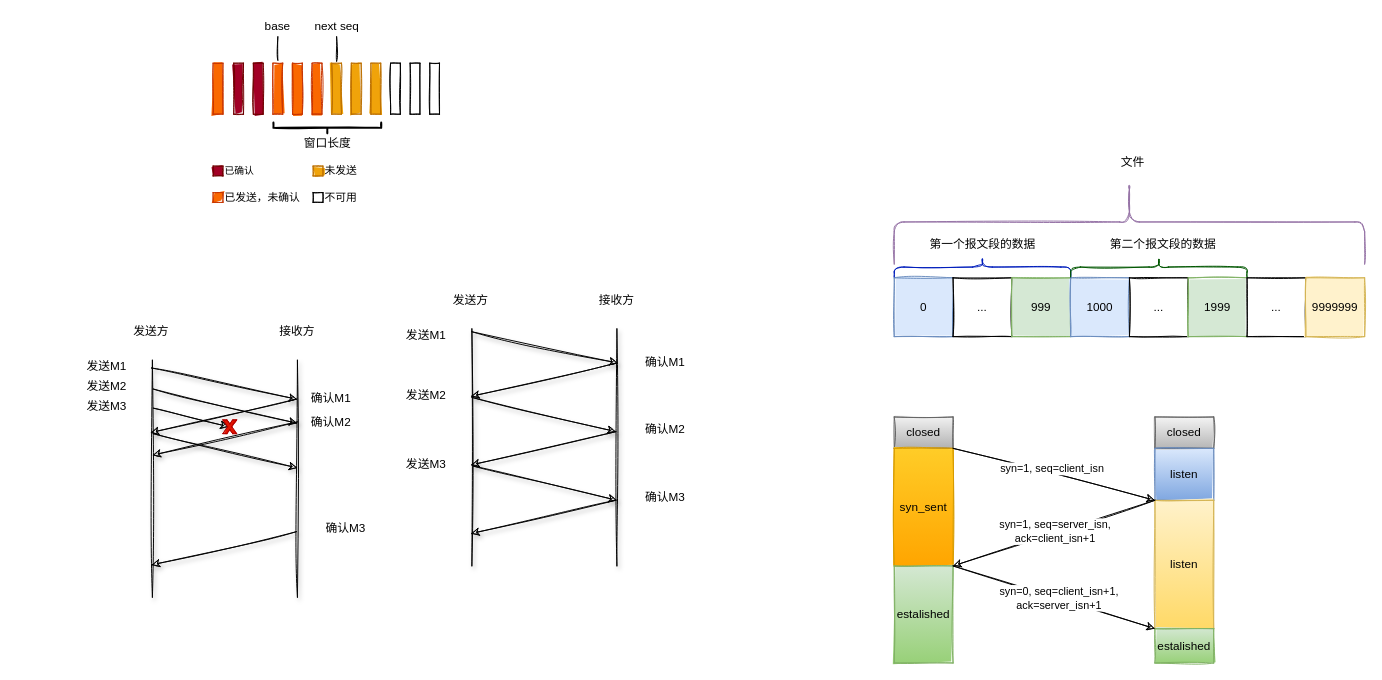
FantasyDream/diagrams keeps this draw.io diagram as 未命名绘图.drawio. Above is the earlier version. Source tidied: cells renumbered, new cells numbered last; positions are measured from the earlier drawing's top-left corner, leaving out a move shared by most shapes. Both pictures are drawn from the tidied source at 98%, with x=0, y=0 at pixel (81, -14).
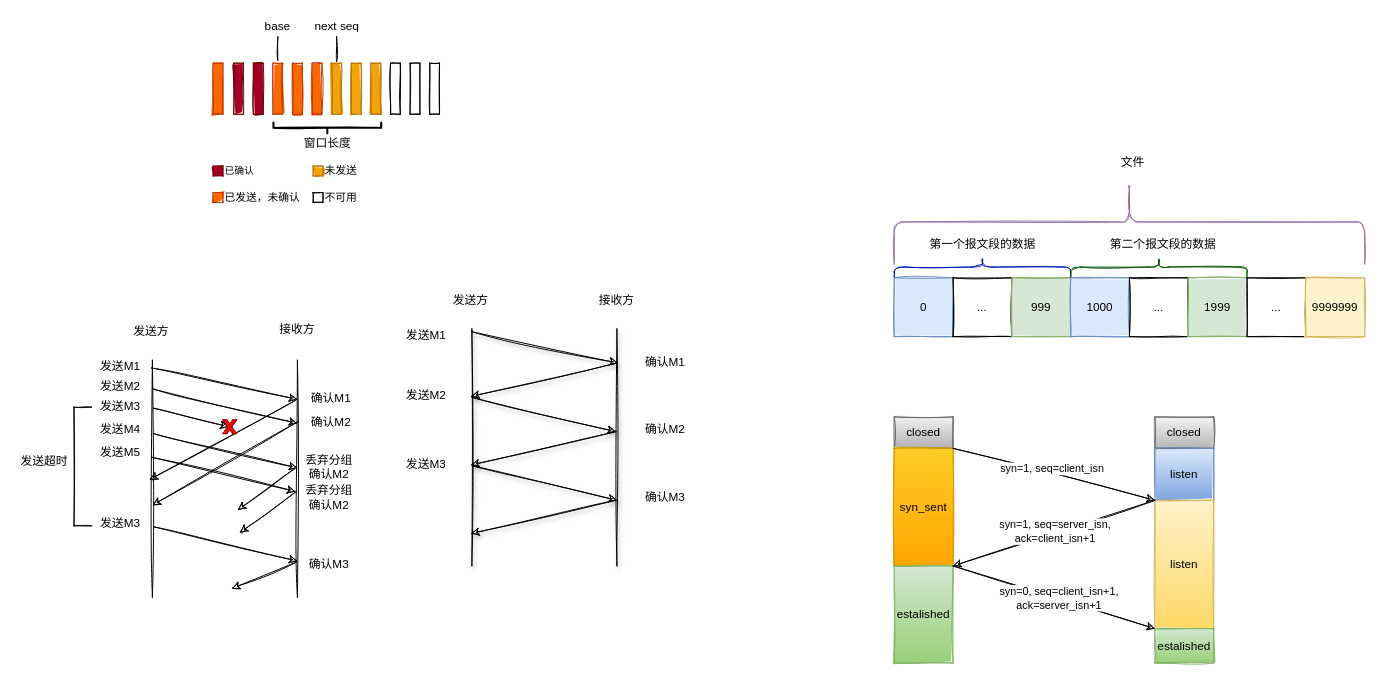
The same diagram, later.

Commit message:
更新未命名绘图.drawio

The edit, as a diff of the source:
```diff
@@
-    <mxCell id="71" style="endArrow=none;html=1;sketch=1;shadow=1;" parent="1" edge="1">
+    <mxCell id="71" style="endArrow=none;html=1;sketch=1;shadow=0;" parent="1" edge="1">
       <mxGeometry relative="1" as="geometry">
         <mxPoint x="72" y="623" as="sourcePoint" />
         <mxPoint x="72" y="381" as="targetPoint" />
       </mxGeometry>
     </mxCell>
-    <mxCell id="72" style="endArrow=none;html=1;sketch=1;shadow=1;" parent="1" edge="1">
+    <mxCell id="72" style="endArrow=none;html=1;sketch=1;shadow=0;" parent="1" edge="1">
       <mxGeometry relative="1" as="geometry">
         <mxPoint x="220" y="623" as="sourcePoint" />
         <mxPoint x="220" y="381" as="targetPoint" />
       </mxGeometry>
     </mxCell>
-    <mxCell id="73" style="endArrow=classic;html=1;sketch=1;shadow=1;" parent="1" edge="1">
+    <mxCell id="73" style="endArrow=classic;html=1;sketch=1;shadow=0;" parent="1" edge="1">
       <mxGeometry relative="1" as="geometry">
         <mxPoint x="71" y="389" as="sourcePoint" />
         <mxPoint x="220" y="421" as="targetPoint" />
       </mxGeometry>
     </mxCell>
-    <mxCell id="74" style="endArrow=classic;html=1;sketch=1;shadow=1;" parent="1" edge="1">
+    <mxCell id="74" style="endArrow=classic;html=1;sketch=1;shadow=0;" parent="1" edge="1">
       <mxGeometry relative="1" as="geometry">
-        <mxPoint x="218" y="421" as="sourcePoint" />
-        <mxPoint x="70" y="455" as="targetPoint" />
+        <mxPoint x="218" y="422" as="sourcePoint" />
+        <mxPoint x="69" y="503" as="targetPoint" />
       </mxGeometry>
     </mxCell>
-    <mxCell id="75" style="endArrow=classic;html=1;sketch=1;shadow=1;" parent="1" edge="1">
+    <mxCell id="75" style="endArrow=classic;html=1;sketch=1;shadow=0;" parent="1" edge="1">
       <mxGeometry relative="1" as="geometry">
         <mxPoint x="73" y="410.5" as="sourcePoint" />
         <mxPoint x="220" y="445.5" as="targetPoint" />
       </mxGeometry>
     </mxCell>
-    <mxCell id="76" style="endArrow=classic;html=1;sketch=1;shadow=1;" parent="1" edge="1">
+    <mxCell id="76" style="endArrow=classic;html=1;sketch=1;shadow=0;" parent="1" edge="1">
       <mxGeometry relative="1" as="geometry">
         <mxPoint x="220" y="444" as="sourcePoint" />
-        <mxPoint x="72" y="478" as="targetPoint" />
+        <mxPoint x="72" y="529" as="targetPoint" />
       </mxGeometry>
     </mxCell>
-    <mxCell id="77" style="endArrow=classic;html=1;sketch=1;shadow=1;" parent="1" edge="1">
+    <mxCell id="77" style="endArrow=classic;html=1;sketch=1;shadow=0;" parent="1" edge="1">
       <mxGeometry relative="1" as="geometry">
         <mxPoint x="73" y="430" as="sourcePoint" />
         <mxPoint x="150" y="449" as="targetPoint" />
       </mxGeometry>
     </mxCell>
-    <mxCell id="78" style="endArrow=classic;html=1;sketch=1;shadow=1;" parent="1" edge="1">
-      <mxGeometry relative="1" as="geometry">
-        <mxPoint x="219" y="556" as="sourcePoint" />
-        <mxPoint x="71" y="590" as="targetPoint" />
-      </mxGeometry>
-    </mxCell>
@@
     <mxCell id="80" value="接收方" style="text;html=1;strokeColor=none;fillColor=none;align=center;verticalAlign=middle;whiteSpace=wrap;rounded=0;" parent="1" vertex="1">
-      <mxGeometry x="200" y="342" width="40" height="20" as="geometry" />
+      <mxGeometry x="200" y="340" width="40" height="20" as="geometry" />
     </mxCell>
     <mxCell id="81" value="发送M1" style="text;html=1;strokeColor=none;fillColor=none;align=center;verticalAlign=middle;whiteSpace=wrap;rounded=0;" parent="1" vertex="1">
-      <mxGeometry y="378" width="51" height="20" as="geometry" />
+      <mxGeometry x="14" y="378" width="51" height="20" as="geometry" />
     </mxCell>
     <mxCell id="82" value="发送M2" style="text;html=1;strokeColor=none;fillColor=none;align=center;verticalAlign=middle;whiteSpace=wrap;rounded=0;" parent="1" vertex="1">
-      <mxGeometry y="398" width="51" height="20" as="geometry" />
+      <mxGeometry x="14" y="398" width="51" height="20" as="geometry" />
     </mxCell>
     <mxCell id="83" value="发送M3" style="text;html=1;strokeColor=none;fillColor=none;align=center;verticalAlign=middle;whiteSpace=wrap;rounded=0;" parent="1" vertex="1">
-      <mxGeometry y="418" width="51" height="20" as="geometry" />
+      <mxGeometry x="14" y="418" width="51" height="20" as="geometry" />
     </mxCell>
@@
-    <mxCell id="86" value="确认M3" style="text;html=1;strokeColor=none;fillColor=none;align=center;verticalAlign=middle;whiteSpace=wrap;rounded=0;" parent="1" vertex="1">
-      <mxGeometry x="244" y="543" width="51" height="20" as="geometry" />
-    </mxCell>
@@
-    <mxCell id="88" style="endArrow=classic;html=1;sketch=1;shadow=1;" parent="1" edge="1">
+    <mxCell id="88" style="endArrow=classic;html=1;sketch=1;shadow=0;" parent="1" edge="1">
       <mxGeometry relative="1" as="geometry">
         <mxPoint x="73" y="456" as="sourcePoint" />
         <mxPoint x="220" y="491" as="targetPoint" />
       </mxGeometry>
     </mxCell>
+    <mxCell id="89" style="endArrow=classic;html=1;sketch=1;shadow=0;" parent="1" edge="1">
+      <mxGeometry relative="1" as="geometry">
+        <mxPoint x="217" y="492" as="sourcePoint" />
+        <mxPoint x="159" y="534" as="targetPoint" />
+      </mxGeometry>
+    </mxCell>
+    <mxCell id="90" value="丢弃分组&lt;br&gt;确认M2" style="text;html=1;strokeColor=none;fillColor=none;align=center;verticalAlign=middle;whiteSpace=wrap;rounded=0;" parent="1" vertex="1">
+      <mxGeometry x="226.5" y="480" width="51" height="20" as="geometry" />
+    </mxCell>
+    <mxCell id="91" style="endArrow=classic;html=1;sketch=1;shadow=0;" parent="1" edge="1">
+      <mxGeometry relative="1" as="geometry">
+        <mxPoint x="71" y="480" as="sourcePoint" />
+        <mxPoint x="218" y="515" as="targetPoint" />
+      </mxGeometry>
+    </mxCell>
+    <mxCell id="92" style="endArrow=classic;html=1;sketch=1;shadow=0;" parent="1" edge="1">
+      <mxGeometry relative="1" as="geometry">
+        <mxPoint x="219" y="515" as="sourcePoint" />
+        <mxPoint x="161" y="557" as="targetPoint" />
+      </mxGeometry>
+    </mxCell>
+    <mxCell id="93" value="发送M4" style="text;html=1;strokeColor=none;fillColor=none;align=center;verticalAlign=middle;whiteSpace=wrap;rounded=0;" parent="1" vertex="1">
+      <mxGeometry x="14" y="442" width="51" height="20" as="geometry" />
+    </mxCell>
+    <mxCell id="94" value="发送M5" style="text;html=1;strokeColor=none;fillColor=none;align=center;verticalAlign=middle;whiteSpace=wrap;rounded=0;" parent="1" vertex="1">
+      <mxGeometry x="14" y="465" width="51" height="20" as="geometry" />
+    </mxCell>
+    <mxCell id="95" value="丢弃分组&lt;br&gt;确认M2" style="text;html=1;strokeColor=none;fillColor=none;align=center;verticalAlign=middle;whiteSpace=wrap;rounded=0;" parent="1" vertex="1">
+      <mxGeometry x="226.5" y="511" width="51" height="20" as="geometry" />
+    </mxCell>
+    <mxCell id="96" style="endArrow=classic;html=1;sketch=1;shadow=0;" parent="1" edge="1">
+      <mxGeometry relative="1" as="geometry">
+        <mxPoint x="73" y="551" as="sourcePoint" />
+        <mxPoint x="220" y="586" as="targetPoint" />
+      </mxGeometry>
+    </mxCell>
+    <mxCell id="97" value="发送M3" style="text;html=1;strokeColor=none;fillColor=none;align=center;verticalAlign=middle;whiteSpace=wrap;rounded=0;" parent="1" vertex="1">
+      <mxGeometry x="14" y="538" width="51" height="20" as="geometry" />
+    </mxCell>
+    <mxCell id="98" style="shape=partialRectangle;whiteSpace=wrap;html=1;bottom=1;right=1;left=1;top=0;fillColor=none;routingCenterX=-0.5;rounded=0;shadow=0;glass=0;sketch=1;rotation=90;" parent="1" vertex="1">
+      <mxGeometry x="-59.5" y="480.5" width="121" height="18" as="geometry" />
+    </mxCell>
+    <mxCell id="99" value="发送超时" style="text;html=1;strokeColor=none;fillColor=none;align=center;verticalAlign=middle;whiteSpace=wrap;rounded=0;shadow=0;glass=0;sketch=1;" parent="1" vertex="1">
+      <mxGeometry x="-66" y="474" width="56" height="20" as="geometry" />
+    </mxCell>
+    <mxCell id="86" value="确认M3" style="text;html=1;strokeColor=none;fillColor=none;align=center;verticalAlign=middle;whiteSpace=wrap;rounded=0;" parent="1" vertex="1">
+      <mxGeometry x="226.5" y="579.5" width="51" height="20" as="geometry" />
+    </mxCell>
+    <mxCell id="100" style="endArrow=classic;html=1;sketch=1;shadow=0;" parent="1" edge="1">
+      <mxGeometry relative="1" as="geometry">
+        <mxPoint x="219" y="587" as="sourcePoint" />
+        <mxPoint x="153" y="614" as="targetPoint" />
+      </mxGeometry>
+    </mxCell>
```
